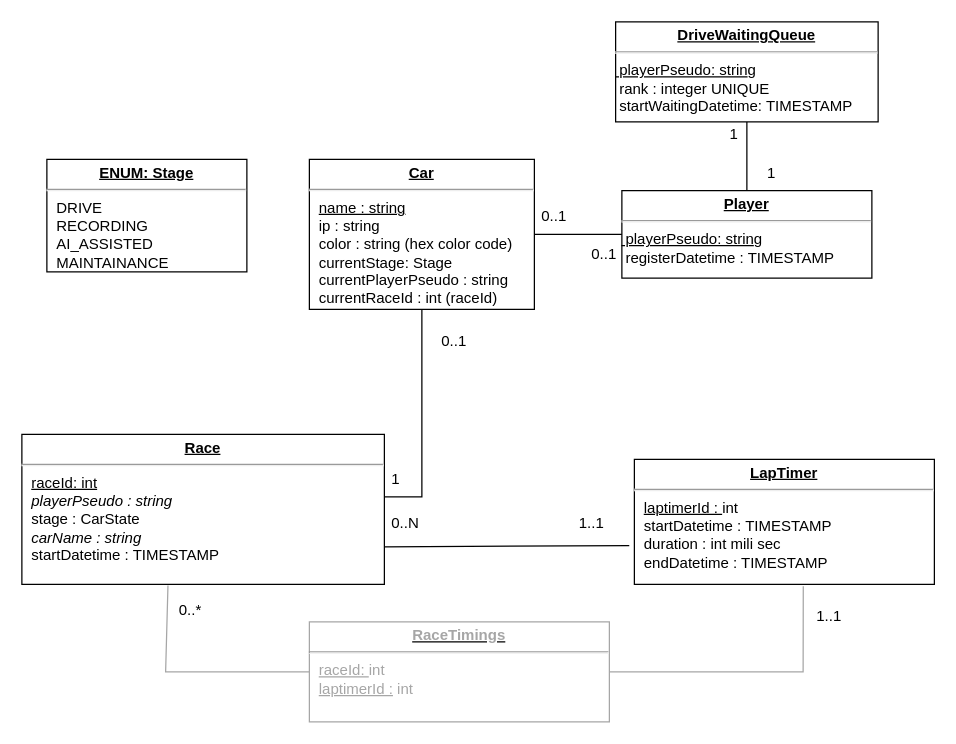
The draw.io diagram doc/donkeycarManager/DataStructure.drawio in mdl29/donkeycarLPH, before the edit. Source tidied: cells renumbered, new cells numbered last; positions are measured from the earlier drawing's top-left corner, leaving out a move shared by most shapes. Both pictures are drawn from the tidied source at 125%, with x=0, y=0 at pixel (21, 21).
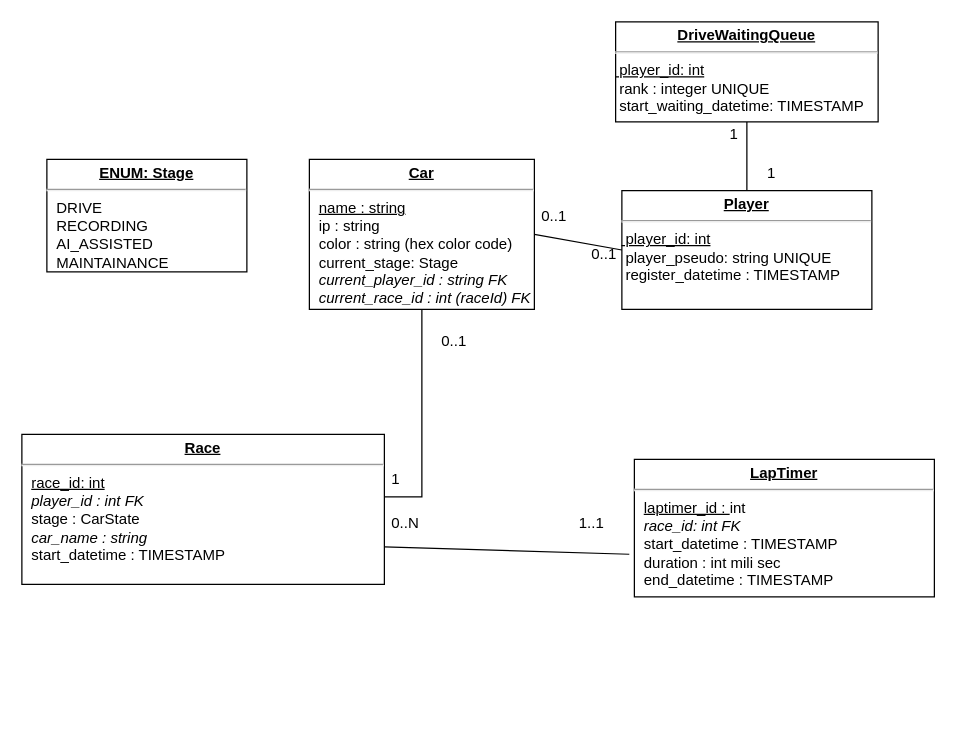
Above is the later version.

What changed in the source:
```diff
@@
-    <mxCell id="2" value="&lt;p style=&quot;margin:0px;margin-top:4px;text-align:center;text-decoration:underline;&quot;&gt;&lt;b&gt;Car&lt;/b&gt;&lt;br&gt;&lt;/p&gt;&lt;hr&gt;&lt;p style=&quot;margin:0px;margin-left:8px;&quot;&gt;&lt;u&gt;name : string&lt;/u&gt;&lt;br&gt;&lt;/p&gt;&lt;p style=&quot;margin:0px;margin-left:8px;&quot;&gt;ip : string&lt;br&gt;color : string (hex color code)&lt;/p&gt;&lt;p style=&quot;margin:0px;margin-left:8px;&quot;&gt;currentStage: Stage&lt;/p&gt;&lt;p style=&quot;margin:0px;margin-left:8px;&quot;&gt;currentPlayerPseudo : string&lt;/p&gt;&lt;p style=&quot;margin:0px;margin-left:8px;&quot;&gt;currentRaceId : int (raceId)&lt;br&gt;&lt;/p&gt;" style="verticalAlign=top;align=left;overflow=fill;fontSize=12;fontFamily=Helvetica;html=1;" parent="1" vertex="1">
+    <mxCell id="2" value="&lt;p style=&quot;margin: 0px ; margin-top: 4px ; text-align: center ; text-decoration: underline&quot;&gt;&lt;b&gt;Car&lt;/b&gt;&lt;br&gt;&lt;/p&gt;&lt;hr&gt;&lt;p style=&quot;margin: 0px ; margin-left: 8px&quot;&gt;&lt;u&gt;name : string&lt;/u&gt;&lt;br&gt;&lt;/p&gt;&lt;p style=&quot;margin: 0px ; margin-left: 8px&quot;&gt;ip : string&lt;br&gt;color : string (hex color code)&lt;/p&gt;&lt;p style=&quot;margin: 0px ; margin-left: 8px&quot;&gt;current_stage: Stage&lt;/p&gt;&lt;p style=&quot;margin: 0px ; margin-left: 8px&quot;&gt;&lt;i&gt;current_player_id : string FK&lt;/i&gt;&lt;/p&gt;&lt;p style=&quot;margin: 0px ; margin-left: 8px&quot;&gt;&lt;i&gt;current_race_id : int (raceId) FK&lt;/i&gt;&lt;br&gt;&lt;/p&gt;" style="verticalAlign=top;align=left;overflow=fill;fontSize=12;fontFamily=Helvetica;html=1;" parent="1" vertex="1">
       <mxGeometry x="230" y="110" width="180" height="120" as="geometry" />
     </mxCell>
@@
-    <mxCell id="4" value="&lt;p style=&quot;margin:0px;margin-top:4px;text-align:center;text-decoration:underline;&quot;&gt;&lt;b&gt;Player&lt;/b&gt;&lt;br&gt;&lt;/p&gt;&lt;hr&gt;&lt;div&gt;&lt;u&gt;&amp;nbsp;playerPseudo: strin&lt;/u&gt;g&lt;br&gt;&lt;/div&gt;&lt;div&gt;&amp;nbsp;registerDatetime : TIMESTAMP&lt;br&gt;&lt;/div&gt;" style="verticalAlign=top;align=left;overflow=fill;fontSize=12;fontFamily=Helvetica;html=1;" parent="1" vertex="1">
-      <mxGeometry x="480" y="135" width="200" height="70" as="geometry" />
+    <mxCell id="4" value="&lt;p style=&quot;margin: 0px ; margin-top: 4px ; text-align: center ; text-decoration: underline&quot;&gt;&lt;b&gt;Player&lt;/b&gt;&lt;br&gt;&lt;/p&gt;&lt;hr&gt;&lt;div&gt;&lt;u&gt;&amp;nbsp;player_id: int&lt;/u&gt;&lt;/div&gt;&lt;div&gt;&amp;nbsp;player_pseudo: string UNIQUE&lt;br&gt;&lt;/div&gt;&lt;div&gt;&amp;nbsp;register_datetime : TIMESTAMP&lt;br&gt;&lt;/div&gt;" style="verticalAlign=top;align=left;overflow=fill;fontSize=12;fontFamily=Helvetica;html=1;" parent="1" vertex="1">
+      <mxGeometry x="480" y="135" width="200" height="95" as="geometry" />
     </mxCell>
-    <mxCell id="5" value="&lt;p style=&quot;margin:0px;margin-top:4px;text-align:center;text-decoration:underline;&quot;&gt;&lt;b&gt;Race&lt;/b&gt;&lt;br&gt;&lt;/p&gt;&lt;hr&gt;&lt;p style=&quot;margin:0px;margin-left:8px;&quot;&gt;&lt;u&gt;raceId: int&lt;/u&gt;&lt;br&gt;&lt;/p&gt;&lt;p style=&quot;margin:0px;margin-left:8px;&quot;&gt;&lt;i&gt;playerPseudo : string&lt;/i&gt;&lt;br&gt;stage : CarState&lt;br&gt;&lt;/p&gt;&lt;p style=&quot;margin:0px;margin-left:8px;&quot;&gt;&lt;i&gt;carName : string&lt;/i&gt;&lt;/p&gt;&lt;p style=&quot;margin:0px;margin-left:8px;&quot;&gt;startDatetime : TIMESTAMP&lt;br&gt;&lt;/p&gt;" style="verticalAlign=top;align=left;overflow=fill;fontSize=12;fontFamily=Helvetica;html=1;" parent="1" vertex="1">
+    <mxCell id="5" value="&lt;p style=&quot;margin: 0px ; margin-top: 4px ; text-align: center ; text-decoration: underline&quot;&gt;&lt;b&gt;Race&lt;/b&gt;&lt;br&gt;&lt;/p&gt;&lt;hr&gt;&lt;p style=&quot;margin: 0px ; margin-left: 8px&quot;&gt;&lt;u&gt;race_id: int&lt;/u&gt;&lt;br&gt;&lt;/p&gt;&lt;p style=&quot;margin: 0px ; margin-left: 8px&quot;&gt;&lt;i&gt;player_id : int FK&lt;/i&gt;&lt;br&gt;stage : CarState&lt;br&gt;&lt;/p&gt;&lt;p style=&quot;margin: 0px ; margin-left: 8px&quot;&gt;&lt;i&gt;car_name : string&lt;/i&gt;&lt;/p&gt;&lt;p style=&quot;margin: 0px ; margin-left: 8px&quot;&gt;start_datetime : TIMESTAMP&lt;br&gt;&lt;/p&gt;" style="verticalAlign=top;align=left;overflow=fill;fontSize=12;fontFamily=Helvetica;html=1;" parent="1" vertex="1">
       <mxGeometry y="330" width="290" height="120" as="geometry" />
     </mxCell>
-    <mxCell id="6" value="&lt;p style=&quot;margin:0px;margin-top:4px;text-align:center;text-decoration:underline;&quot;&gt;&lt;b&gt;LapTimer&lt;/b&gt;&lt;br&gt;&lt;/p&gt;&lt;hr&gt;&lt;p style=&quot;margin:0px;margin-left:8px;&quot;&gt;&lt;u&gt;laptimerId : &lt;/u&gt;int&lt;br&gt;&lt;/p&gt;&lt;p style=&quot;margin:0px;margin-left:8px;&quot;&gt;startDatetime : TIMESTAMP&lt;/p&gt;&lt;p style=&quot;margin:0px;margin-left:8px;&quot;&gt;duration : int mili sec&lt;br&gt;&lt;/p&gt;&lt;p style=&quot;margin:0px;margin-left:8px;&quot;&gt;endDatetime : TIMESTAMP&lt;/p&gt;&lt;p style=&quot;margin:0px;margin-left:8px;&quot;&gt;&lt;br&gt;&lt;/p&gt;" style="verticalAlign=top;align=left;overflow=fill;fontSize=12;fontFamily=Helvetica;html=1;" parent="1" vertex="1">
-      <mxGeometry x="490" y="350" width="240" height="100" as="geometry" />
+    <mxCell id="6" value="&lt;p style=&quot;margin: 0px ; margin-top: 4px ; text-align: center ; text-decoration: underline&quot;&gt;&lt;b&gt;LapTimer&lt;/b&gt;&lt;br&gt;&lt;/p&gt;&lt;hr&gt;&lt;p style=&quot;margin: 0px ; margin-left: 8px&quot;&gt;&lt;u&gt;laptimer_id : &lt;/u&gt;int&lt;br&gt;&lt;/p&gt;&lt;p style=&quot;margin: 0px ; margin-left: 8px&quot;&gt;&lt;i&gt;race_id: int FK&lt;/i&gt;&lt;/p&gt;&lt;p style=&quot;margin: 0px ; margin-left: 8px&quot;&gt;start_datetime : TIMESTAMP&lt;/p&gt;&lt;p style=&quot;margin: 0px ; margin-left: 8px&quot;&gt;duration : int mili sec&lt;br&gt;&lt;/p&gt;&lt;p style=&quot;margin: 0px ; margin-left: 8px&quot;&gt;end_datetime : TIMESTAMP&lt;/p&gt;&lt;p style=&quot;margin: 0px ; margin-left: 8px&quot;&gt;&lt;br&gt;&lt;/p&gt;" style="verticalAlign=top;align=left;overflow=fill;fontSize=12;fontFamily=Helvetica;html=1;" parent="1" vertex="1">
+      <mxGeometry x="490" y="350" width="240" height="110" as="geometry" />
     </mxCell>
-    <mxCell id="7" value="&lt;p style=&quot;margin:0px;margin-top:4px;text-align:center;text-decoration:underline;&quot;&gt;&lt;font color=&quot;#A6A6A6&quot;&gt;&lt;b&gt;RaceTimings&lt;/b&gt;&lt;br&gt;&lt;/font&gt;&lt;/p&gt;&lt;hr&gt;&lt;p style=&quot;margin:0px;margin-left:8px;&quot;&gt;&lt;font color=&quot;#A6A6A6&quot;&gt;&lt;u&gt;raceId: &lt;/u&gt;int&lt;u&gt;&lt;br&gt;&lt;/u&gt;&lt;/font&gt;&lt;/p&gt;&lt;p style=&quot;margin:0px;margin-left:8px;&quot;&gt;&lt;font color=&quot;#A6A6A6&quot;&gt;&lt;u&gt;laptimerId :&lt;/u&gt; int&lt;br&gt;&lt;/font&gt;&lt;/p&gt;&lt;font color=&quot;#A6A6A6&quot;&gt;&lt;br&gt;&lt;/font&gt;&lt;p style=&quot;margin:0px;margin-left:8px;&quot;&gt;&lt;font color=&quot;#A6A6A6&quot;&gt;&lt;br&gt;&lt;/font&gt;&lt;/p&gt;" style="verticalAlign=top;align=left;overflow=fill;fontSize=12;fontFamily=Helvetica;html=1;strokeColor=#A6A6A6;" parent="1" vertex="1">
-      <mxGeometry x="230" y="480" width="240" height="80" as="geometry" />
-    </mxCell>
-    <mxCell id="8" style="endArrow=none;html=1;rounded=0;entryX=0.403;entryY=1.008;entryDx=0;entryDy=0;exitX=0;exitY=0.5;exitDx=0;exitDy=0;strokeColor=#A6A6A6;entryPerimeter=0;" parent="1" edge="1" source="7" target="5">
-      <mxGeometry relative="1" as="geometry">
-        <Array as="points">
-          <mxPoint x="115" y="520" />
-        </Array>
-      </mxGeometry>
-    </mxCell>
-    <mxCell id="9" style="endArrow=none;html=1;rounded=0;entryX=0.563;entryY=1.015;entryDx=0;entryDy=0;exitX=1;exitY=0.5;exitDx=0;exitDy=0;entryPerimeter=0;strokeColor=#A6A6A6;" parent="1" edge="1" source="7" target="6">
-      <mxGeometry relative="1" as="geometry">
-        <Array as="points">
-          <mxPoint x="625" y="520" />
-        </Array>
-      </mxGeometry>
-    </mxCell>
@@
-    <mxCell id="16" value="0..*" style="text;strokeColor=none;fillColor=none;align=left;verticalAlign=middle;spacingLeft=4;spacingRight=4;overflow=hidden;" parent="1" vertex="1">
-      <mxGeometry x="120" y="460" width="40" height="20" as="geometry" />
-    </mxCell>
-    <mxCell id="17" value="1..1" style="text;strokeColor=none;fillColor=none;align=left;verticalAlign=middle;spacingLeft=4;spacingRight=4;overflow=hidden;" parent="1" vertex="1">
-      <mxGeometry x="630" y="460" width="40" height="30" as="geometry" />
-    </mxCell>
@@
-    <mxCell id="21" value="&lt;p style=&quot;margin:0px;margin-top:4px;text-align:center;text-decoration:underline;&quot;&gt;&lt;b&gt;DriveWaitingQueue&lt;/b&gt;&lt;br&gt;&lt;/p&gt;&lt;hr&gt;&lt;div&gt;&lt;u&gt;&amp;nbsp;playerPseudo: strin&lt;/u&gt;g&lt;/div&gt;&lt;div&gt;&amp;nbsp;rank : integer UNIQUE&lt;br&gt;&lt;/div&gt;&lt;div&gt;&amp;nbsp;startWaitingDatetime: TIMESTAMP&lt;br&gt;&lt;/div&gt;" style="verticalAlign=top;align=left;overflow=fill;fontSize=12;fontFamily=Helvetica;html=1;" parent="1" vertex="1">
+    <mxCell id="21" value="&lt;p style=&quot;margin: 0px ; margin-top: 4px ; text-align: center ; text-decoration: underline&quot;&gt;&lt;b&gt;DriveWaitingQueue&lt;/b&gt;&lt;br&gt;&lt;/p&gt;&lt;hr&gt;&lt;div&gt;&lt;u&gt;&amp;nbsp;player_id: int&lt;/u&gt;&lt;/div&gt;&lt;div&gt;&amp;nbsp;rank : integer UNIQUE&lt;br&gt;&lt;/div&gt;&lt;div&gt;&amp;nbsp;start_waiting_datetime: TIMESTAMP&lt;br&gt;&lt;/div&gt;" style="verticalAlign=top;align=left;overflow=fill;fontSize=12;fontFamily=Helvetica;html=1;" parent="1" vertex="1">
       <mxGeometry x="475" width="210" height="80" as="geometry" />
     </mxCell>
```
